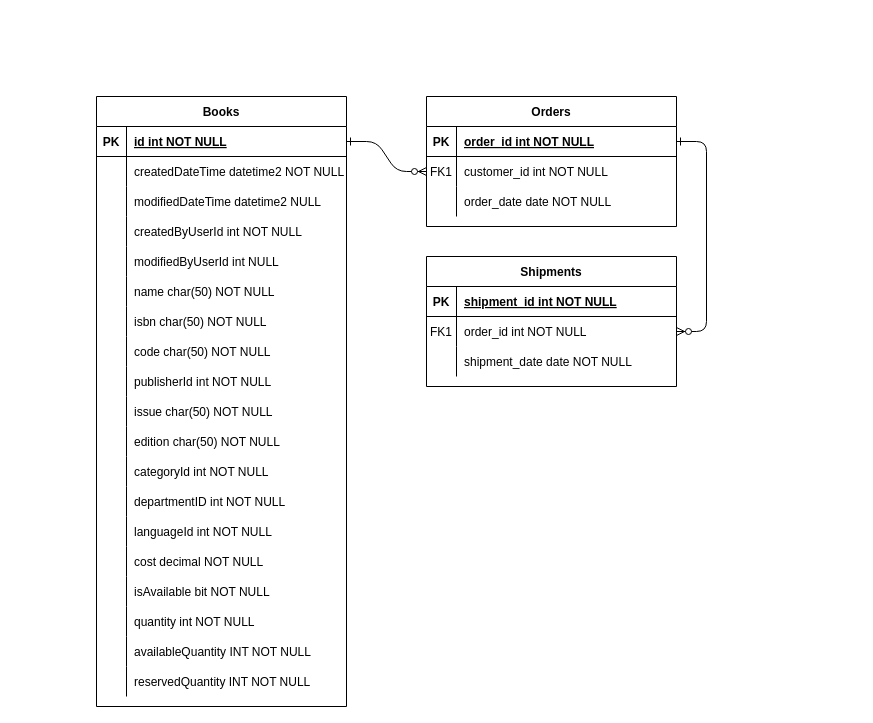
Before: Untitled Diagram.drawio in skyhunter96/libApp, a draw.io diagram. Source tidied: cells renumbered, new cells numbered last; positions are measured from the earlier drawing's top-left corner, leaving out a move shared by most shapes. Both pictures are drawn from the tidied source at 100%, with x=0, y=0 at pixel (96, 96).
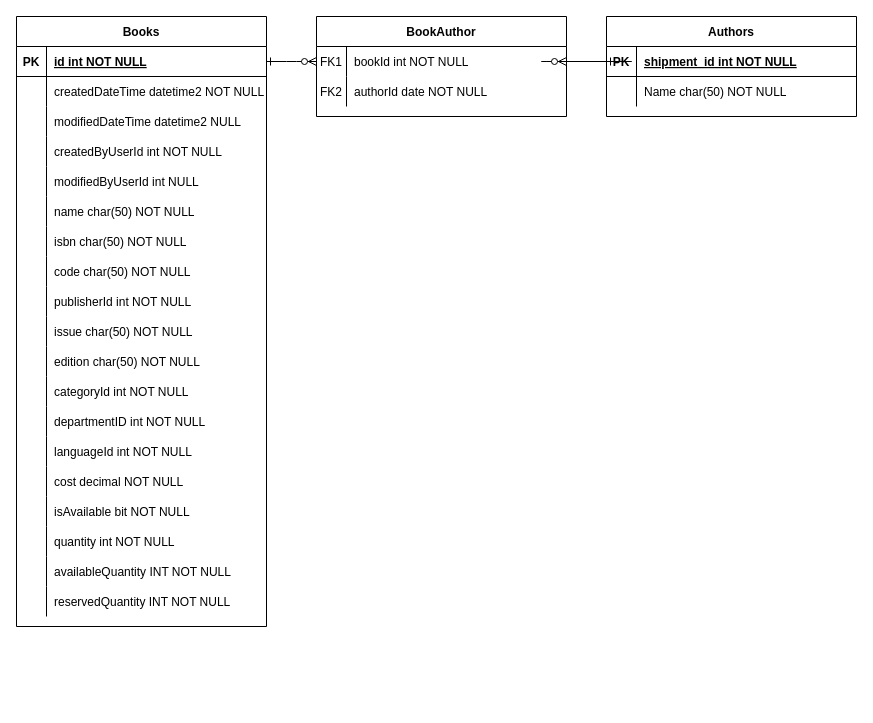
The same diagram, later.

Unchanged cells that the change refers to:
```xml
<mxCell id="15" style="shape=partialRectangle;fillColor=none;points=[[0,0.5],[1,0.5]];portConstraint=eastwest;top=0;left=0;right=0;bottom=1;" parent="14" vertex="1">
  <mxGeometry y="30" width="250" height="30" as="geometry" />
</mxCell>
<mxCell id="25" style="shape=partialRectangle;fillColor=none;points=[[0,0.5],[1,0.5]];portConstraint=eastwest;top=0;left=0;right=0;bottom=1;" parent="24" vertex="1">
  <mxGeometry y="30" width="250" height="30" as="geometry" />
</mxCell>
```

Change to the diagram source:
```diff
@@
-    <mxCell id="2" style="edgeStyle=entityRelationEdgeStyle;endArrow=ERzeroToMany;startArrow=ERone;endFill=1;startFill=0;" parent="1" edge="1" source="25" target="8">
-      <mxGeometry relative="1" as="geometry" />
+    <mxCell id="2" style="edgeStyle=entityRelationEdgeStyle;endArrow=ERzeroToMany;startArrow=ERone;endFill=1;startFill=0;entryX=0;entryY=0.5;entryDx=0;entryDy=0;" parent="1" edge="1" source="25">
+      <mxGeometry relative="1" as="geometry">
+        <mxPoint x="220" y="-35" as="targetPoint" />
+      </mxGeometry>
     </mxCell>
-    <mxCell id="3" style="edgeStyle=entityRelationEdgeStyle;endArrow=ERzeroToMany;startArrow=ERone;endFill=1;startFill=0;" parent="1" edge="1" source="5" target="18">
-      <mxGeometry relative="1" as="geometry" />
-    </mxCell>
-    <mxCell id="4" value="Orders" style="shape=table;startSize=30;childLayout=tableLayout;rowLines=0;fontStyle=1;align=center;" parent="1" vertex="1">
-      <mxGeometry x="330" width="250" height="130" as="geometry" />
+    <mxCell id="4" value="BookAuthor" style="shape=table;startSize=30;childLayout=tableLayout;rowLines=0;fontStyle=1;align=center;" parent="1" vertex="1">
+      <mxGeometry x="220" y="-80" width="250" height="100" as="geometry" />
     </mxCell>
-    <mxCell id="5" style="shape=partialRectangle;fillColor=none;points=[[0,0.5],[1,0.5]];portConstraint=eastwest;top=0;left=0;right=0;bottom=1;" parent="4" vertex="1">
-      <mxGeometry y="30" width="250" height="30" as="geometry" />
-    </mxCell>
-    <mxCell id="6" value="PK" style="shape=partialRectangle;overflow=hidden;fillColor=none;top=0;left=0;bottom=0;right=0;fontStyle=1;" parent="5" vertex="1">
-      <mxGeometry width="30" height="30" as="geometry" />
-    </mxCell>
-    <mxCell id="7" value="order_id int NOT NULL " style="shape=partialRectangle;overflow=hidden;fillColor=none;top=0;left=0;bottom=0;right=0;align=left;spacingLeft=6;fontStyle=5;" parent="5" vertex="1">
-      <mxGeometry x="30" width="220" height="30" as="geometry" />
-    </mxCell>
     <mxCell id="8" style="shape=partialRectangle;fillColor=none;points=[[0,0.5],[1,0.5]];portConstraint=eastwest;top=0;left=0;right=0;bottom=0;" parent="4" vertex="1">
-      <mxGeometry y="60" width="250" height="30" as="geometry" />
+      <mxGeometry y="30" width="250" height="30" as="geometry" />
     </mxCell>
@@
-    <mxCell id="10" value="customer_id int NOT NULL" style="shape=partialRectangle;overflow=hidden;fillColor=none;top=0;left=0;bottom=0;right=0;align=left;spacingLeft=6;" parent="8" vertex="1">
+    <mxCell id="10" value="bookId int NOT NULL" style="shape=partialRectangle;overflow=hidden;fillColor=none;top=0;left=0;bottom=0;right=0;align=left;spacingLeft=6;" parent="8" vertex="1">
       <mxGeometry x="30" width="220" height="30" as="geometry" />
     </mxCell>
     <mxCell id="11" style="shape=partialRectangle;fillColor=none;top=0;left=0;right=0;bottom=0;" parent="4" vertex="1">
-      <mxGeometry y="90" width="250" height="30" as="geometry" />
+      <mxGeometry y="60" width="250" height="30" as="geometry" />
     </mxCell>
-    <mxCell id="12" style="shape=partialRectangle;overflow=hidden;fillColor=none;top=0;left=0;bottom=0;right=0;" parent="11" vertex="1">
+    <mxCell id="12" value="FK2" style="shape=partialRectangle;overflow=hidden;fillColor=none;top=0;left=0;bottom=0;right=0;" parent="11" vertex="1">
       <mxGeometry width="30" height="30" as="geometry" />
     </mxCell>
-    <mxCell id="13" value="order_date date NOT NULL" style="shape=partialRectangle;overflow=hidden;fillColor=none;top=0;left=0;bottom=0;right=0;align=left;spacingLeft=6;" parent="11" vertex="1">
+    <mxCell id="13" value="authorId date NOT NULL" style="shape=partialRectangle;overflow=hidden;fillColor=none;top=0;left=0;bottom=0;right=0;align=left;spacingLeft=6;" parent="11" vertex="1">
       <mxGeometry x="30" width="220" height="30" as="geometry" />
     </mxCell>
-    <mxCell id="14" value="Shipments" style="shape=table;startSize=30;childLayout=tableLayout;rowLines=0;fontStyle=1;align=center;" parent="1" vertex="1">
-      <mxGeometry x="330" y="160" width="250" height="130" as="geometry" />
+    <mxCell id="14" value="Authors" style="shape=table;startSize=30;childLayout=tableLayout;rowLines=0;fontStyle=1;align=center;" parent="1" vertex="1">
+      <mxGeometry x="510" y="-80" width="250" height="100" as="geometry" />
     </mxCell>
@@
-    <mxCell id="18" style="shape=partialRectangle;fillColor=none;points=[[0,0.5],[1,0.5]];portConstraint=eastwest;top=0;left=0;right=0;bottom=0;" parent="14" vertex="1">
-      <mxGeometry y="60" width="250" height="30" as="geometry" />
-    </mxCell>
-    <mxCell id="19" value="FK1" style="shape=partialRectangle;overflow=hidden;fillColor=none;top=0;left=0;bottom=0;right=0;" parent="18" vertex="1">
-      <mxGeometry width="30" height="30" as="geometry" />
-    </mxCell>
-    <mxCell id="20" value="order_id int NOT NULL" style="shape=partialRectangle;overflow=hidden;fillColor=none;top=0;left=0;bottom=0;right=0;align=left;spacingLeft=6;" parent="18" vertex="1">
-      <mxGeometry x="30" width="220" height="30" as="geometry" />
-    </mxCell>
     <mxCell id="21" style="shape=partialRectangle;fillColor=none;top=0;left=0;right=0;bottom=0;" parent="14" vertex="1">
-      <mxGeometry y="90" width="250" height="30" as="geometry" />
+      <mxGeometry y="60" width="250" height="30" as="geometry" />
     </mxCell>
@@
-    <mxCell id="23" value="shipment_date date NOT NULL" style="shape=partialRectangle;overflow=hidden;fillColor=none;top=0;left=0;bottom=0;right=0;align=left;spacingLeft=6;" parent="21" vertex="1">
+    <mxCell id="23" value="Name char(50) NOT NULL" style="shape=partialRectangle;overflow=hidden;fillColor=none;top=0;left=0;bottom=0;right=0;align=left;spacingLeft=6;" parent="21" vertex="1">
       <mxGeometry x="30" width="220" height="30" as="geometry" />
     </mxCell>
     <mxCell id="24" value="Books" style="shape=table;startSize=30;childLayout=tableLayout;rowLines=0;fontStyle=1;align=center;" parent="1" vertex="1">
-      <mxGeometry width="250" height="610" as="geometry" />
+      <mxGeometry x="-80" y="-80" width="250" height="610" as="geometry" />
     </mxCell>
@@
+    <mxCell id="3" style="edgeStyle=entityRelationEdgeStyle;endArrow=ERzeroToMany;startArrow=ERone;endFill=1;startFill=0;entryX=1;entryY=0.5;entryDx=0;entryDy=0;exitX=0;exitY=0.5;exitDx=0;exitDy=0;" parent="1" edge="1" source="15">
+      <mxGeometry relative="1" as="geometry">
+        <mxPoint x="470" y="-35" as="targetPoint" />
+      </mxGeometry>
+    </mxCell>
```
